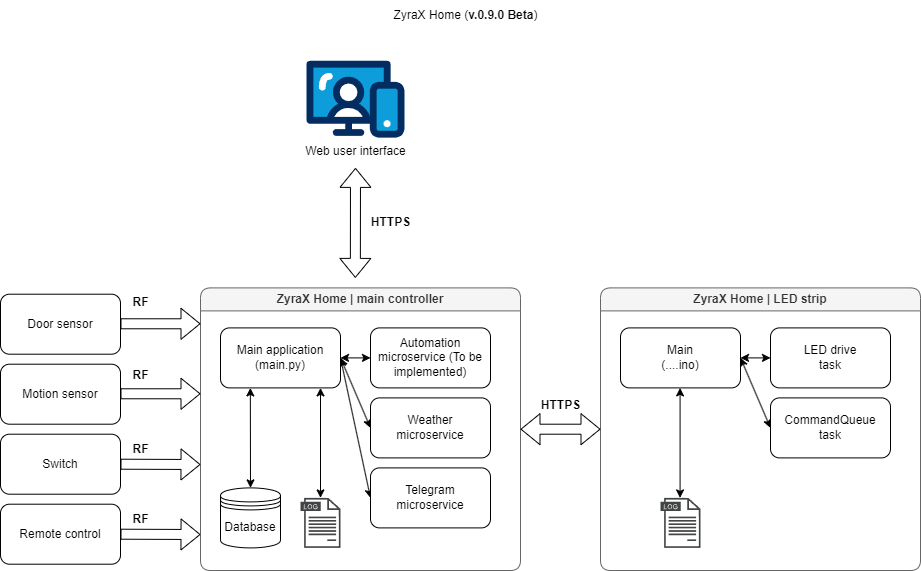
Above: documentation/software/system_overview_v0_9_0_Beta.png in LukedeMunk/zyrax-home-main-controller (draw.io), before the change. Source tidied: cells renumbered, new cells last; positions are measured from the earlier drawing's top-left corner, leaving out a move shared by most shapes.
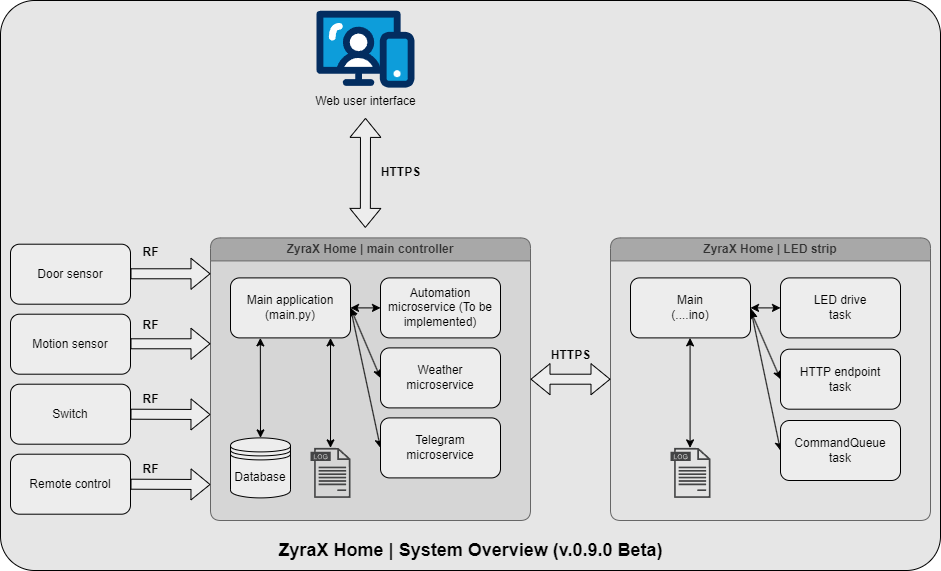
The same file after the commit.

The edit, as a diff of the source:
```diff
@@ -2,25 +2,28 @@
   <root>
     <mxCell id="0" />
     <mxCell id="1" parent="0" />
+    <mxCell id="40" style="rounded=1;whiteSpace=wrap;html=1;arcSize=6;imageHeight=24;fillColor=#E6E6E6;" parent="1" vertex="1">
+      <mxGeometry x="-10" y="50" width="940" height="570" as="geometry" />
+    </mxCell>
-    <mxCell id="2" value="ZyraX Home (&lt;b&gt;v.0.9.0 Beta&lt;/b&gt;)" style="text;html=1;align=center;verticalAlign=middle;strokeColor=none;fillColor=none;" parent="1" vertex="1">
-      <mxGeometry x="380" width="170" height="30" as="geometry" />
+    <mxCell id="2" value="&lt;font style=&quot;font-size: 18px;&quot;&gt;&lt;b&gt;ZyraX Home | System Overview (v.0.9.0 Beta)&lt;/b&gt;&lt;/font&gt;" style="text;html=1;align=center;verticalAlign=middle;strokeColor=none;fillColor=none;" parent="1" vertex="1">
+      <mxGeometry x="255" y="580" width="410" height="40" as="geometry" />
     </mxCell>
-    <mxCell id="3" value="Door sensor" style="rounded=1;whiteSpace=wrap;html=1;" parent="1" vertex="1">
+    <mxCell id="3" value="Door sensor" style="rounded=1;whiteSpace=wrap;html=1;fillColor=#EDEDED;" parent="1" vertex="1">
       <mxGeometry y="293.7" width="120" height="60" as="geometry" />
     </mxCell>
-    <mxCell id="4" value="Motion sensor" style="rounded=1;whiteSpace=wrap;html=1;" parent="1" vertex="1">
+    <mxCell id="4" value="Motion sensor" style="rounded=1;whiteSpace=wrap;html=1;fillColor=#EDEDED;" parent="1" vertex="1">
       <mxGeometry y="363.7" width="120" height="60" as="geometry" />
     </mxCell>
-    <mxCell id="5" value="Switch" style="rounded=1;whiteSpace=wrap;html=1;" parent="1" vertex="1">
+    <mxCell id="5" value="Switch" style="rounded=1;whiteSpace=wrap;html=1;fillColor=#EDEDED;" parent="1" vertex="1">
       <mxGeometry y="433.7" width="120" height="60" as="geometry" />
     </mxCell>
-    <mxCell id="6" value="Remote control" style="rounded=1;whiteSpace=wrap;html=1;" parent="1" vertex="1">
+    <mxCell id="6" value="Remote control" style="rounded=1;whiteSpace=wrap;html=1;fillColor=#EDEDED;" parent="1" vertex="1">
       <mxGeometry y="503.7" width="120" height="60" as="geometry" />
     </mxCell>
     <mxCell id="7" value="Web user interface" style="verticalLabelPosition=bottom;html=1;shape=mxgraph.salesforce.web;horizontal=1;verticalAlign=top;" parent="1" vertex="1">
       <mxGeometry x="306" y="60" width="98" height="77.4" as="geometry" />
     </mxCell>
-    <mxCell id="8" value="ZyraX Home | main controller" style="swimlane;whiteSpace=wrap;html=1;rounded=1;shadow=0;glass=0;fillStyle=auto;fillColor=#f5f5f5;fontColor=#333333;strokeColor=#666666;labelBackgroundColor=none;perimeterSpacing=0;gradientColor=none;swimlaneFillColor=default;" parent="1" vertex="1">
+    <mxCell id="8" value="ZyraX Home | main controller" style="swimlane;whiteSpace=wrap;html=1;rounded=1;shadow=0;glass=0;fillStyle=auto;fillColor=#A8A8A8;fontColor=#333333;strokeColor=#666666;labelBackgroundColor=none;perimeterSpacing=0;gradientColor=none;swimlaneFillColor=#D6D6D6;" parent="1" vertex="1">
       <mxGeometry x="200" y="287.4" width="320" height="282.6" as="geometry" />
     </mxCell>
     <mxCell id="9" style="edgeStyle=orthogonalEdgeStyle;rounded=0;jettySize=auto;html=1;exitX=1;exitY=0.5;exitDx=0;exitDy=0;startArrow=classic;startFill=1;" parent="8" edge="1" source="12">
@@ -34,10 +37,10 @@
     <mxCell id="11" style="rounded=0;jettySize=auto;html=1;exitX=1;exitY=0.5;exitDx=0;exitDy=0;entryX=0;entryY=0.5;entryDx=0;entryDy=0;startArrow=classic;startFill=1;" parent="8" edge="1" source="12" target="19">
       <mxGeometry relative="1" as="geometry" />
     </mxCell>
-    <mxCell id="12" value="Main application&lt;div&gt;(main.py)&lt;/div&gt;" style="rounded=1;whiteSpace=wrap;html=1;" parent="8" vertex="1">
+    <mxCell id="12" value="Main application&lt;div&gt;(main.py)&lt;/div&gt;" style="rounded=1;whiteSpace=wrap;html=1;fillColor=#EDEDED;" parent="8" vertex="1">
       <mxGeometry x="20" y="40" width="120" height="60" as="geometry" />
     </mxCell>
-    <mxCell id="13" value="Database" style="shape=datastore;whiteSpace=wrap;html=1;" parent="8" vertex="1">
+    <mxCell id="13" value="Database" style="shape=datastore;whiteSpace=wrap;html=1;fillColor=#EDEDED;" parent="8" vertex="1">
       <mxGeometry x="20" y="200" width="60" height="60" as="geometry" />
     </mxCell>
     <mxCell id="14" style="sketch=0;shadow=0;dashed=0;html=1;strokeColor=none;fillColor=#434445;labelPosition=center;verticalLabelPosition=bottom;verticalAlign=top;align=center;shape=mxgraph.vvd.log_files;" parent="8" vertex="1">
@@ -55,16 +58,16 @@
         <mxPoint x="120" y="100" as="targetPoint" />
       </mxGeometry>
     </mxCell>
-    <mxCell id="17" value="Automation&lt;div&gt;microservice (To be implemented)&lt;/div&gt;" style="rounded=1;whiteSpace=wrap;html=1;" parent="8" vertex="1">
+    <mxCell id="17" value="Automation&lt;div&gt;microservice (To be implemented)&lt;/div&gt;" style="rounded=1;whiteSpace=wrap;html=1;fillColor=#EDEDED;" parent="8" vertex="1">
       <mxGeometry x="170" y="40" width="120" height="60" as="geometry" />
     </mxCell>
-    <mxCell id="18" value="Weather&lt;div&gt;microservice&lt;/div&gt;" style="rounded=1;whiteSpace=wrap;html=1;" parent="8" vertex="1">
+    <mxCell id="18" value="Weather&lt;div&gt;microservice&lt;/div&gt;" style="rounded=1;whiteSpace=wrap;html=1;fillColor=#EDEDED;" parent="8" vertex="1">
       <mxGeometry x="170" y="110" width="120" height="60" as="geometry" />
     </mxCell>
-    <mxCell id="19" value="Telegram&lt;div&gt;microservice&lt;/div&gt;" style="rounded=1;whiteSpace=wrap;html=1;" parent="8" vertex="1">
+    <mxCell id="19" value="Telegram&lt;div&gt;microservice&lt;/div&gt;" style="rounded=1;whiteSpace=wrap;html=1;fillColor=#EDEDED;" parent="8" vertex="1">
       <mxGeometry x="170" y="180" width="120" height="60" as="geometry" />
     </mxCell>
-    <mxCell id="20" style="shape=flexArrow;endArrow=classic;startArrow=classic;html=1;rounded=0;exitX=0.478;exitY=-0.013;exitDx=0;exitDy=0;exitPerimeter=0;" parent="1" edge="1">
+    <mxCell id="20" style="shape=flexArrow;endArrow=classic;startArrow=classic;html=1;rounded=0;exitX=0.478;exitY=-0.013;exitDx=0;exitDy=0;exitPerimeter=0;fillColor=#EDEDED;" parent="1" edge="1">
       <mxGeometry relative="1" as="geometry">
         <mxPoint x="354.8" y="277.4" as="sourcePoint" />
         <mxPoint x="355" y="167.4" as="targetPoint" />
@@ -73,7 +76,7 @@
     <mxCell id="21" value="HTTPS" style="text;html=1;align=center;verticalAlign=middle;strokeColor=none;fillColor=none;fontStyle=1;" parent="1" vertex="1">
       <mxGeometry x="360" y="207.4" width="60" height="30" as="geometry" />
     </mxCell>
-    <mxCell id="22" value="ZyraX Home | LED strip" style="swimlane;whiteSpace=wrap;html=1;rounded=1;shadow=0;glass=0;fillStyle=auto;fillColor=#f5f5f5;fontColor=#333333;strokeColor=#666666;labelBackgroundColor=none;perimeterSpacing=0;gradientColor=none;swimlaneFillColor=default;" parent="1" vertex="1">
+    <mxCell id="22" value="ZyraX Home | LED strip" style="swimlane;whiteSpace=wrap;html=1;rounded=1;shadow=0;glass=0;fillStyle=auto;fillColor=#A8A8A8;fontColor=#333333;strokeColor=#666666;labelBackgroundColor=none;perimeterSpacing=0;gradientColor=none;swimlaneFillColor=#E3E3E3;" parent="1" vertex="1">
       <mxGeometry x="600" y="287.4" width="320" height="282.6" as="geometry" />
     </mxCell>
     <mxCell id="23" style="edgeStyle=orthogonalEdgeStyle;rounded=0;jettySize=auto;html=1;exitX=1;exitY=0.5;exitDx=0;exitDy=0;startArrow=classic;startFill=1;" parent="22" edge="1" source="25">
@@ -84,7 +87,7 @@
     <mxCell id="24" style="rounded=0;jettySize=auto;html=1;exitX=1;exitY=0.5;exitDx=0;exitDy=0;entryX=0;entryY=0.5;entryDx=0;entryDy=0;startArrow=classic;startFill=1;" parent="22" edge="1" source="25" target="29">
       <mxGeometry relative="1" as="geometry" />
     </mxCell>
-    <mxCell id="25" value="Main&lt;div&gt;(....ino)&lt;/div&gt;" style="rounded=1;whiteSpace=wrap;html=1;" parent="22" vertex="1">
+    <mxCell id="25" value="Main&lt;div&gt;(....ino)&lt;/div&gt;" style="rounded=1;whiteSpace=wrap;html=1;fillColor=#EDEDED;" parent="22" vertex="1">
       <mxGeometry x="20" y="40" width="120" height="60" as="geometry" />
     </mxCell>
     <mxCell id="26" style="sketch=0;shadow=0;dashed=0;html=1;strokeColor=none;fillColor=#434445;labelPosition=center;verticalLabelPosition=bottom;verticalAlign=top;align=center;shape=mxgraph.vvd.log_files;" parent="22" vertex="1">
@@ -96,35 +99,43 @@
         <mxPoint x="79.6" y="100" as="targetPoint" />
       </mxGeometry>
     </mxCell>
-    <mxCell id="28" value="LED drive&lt;div&gt;task&lt;/div&gt;" style="rounded=1;whiteSpace=wrap;html=1;" parent="22" vertex="1">
+    <mxCell id="28" value="LED drive&lt;div&gt;task&lt;/div&gt;" style="rounded=1;whiteSpace=wrap;html=1;fillColor=#EDEDED;" parent="22" vertex="1">
       <mxGeometry x="170" y="40" width="120" height="60" as="geometry" />
     </mxCell>
-    <mxCell id="29" value="CommandQueue&lt;div&gt;task&lt;/div&gt;" style="rounded=1;whiteSpace=wrap;html=1;" parent="22" vertex="1">
-      <mxGeometry x="170" y="110" width="120" height="60" as="geometry" />
+    <mxCell id="29" value="CommandQueue&lt;div&gt;task&lt;/div&gt;" style="rounded=1;whiteSpace=wrap;html=1;fillColor=#EDEDED;" parent="22" vertex="1">
+      <mxGeometry x="170" y="182.6" width="120" height="60" as="geometry" />
     </mxCell>
+    <mxCell id="41" style="rounded=0;jettySize=auto;html=1;exitX=0;exitY=0.5;exitDx=0;exitDy=0;startArrow=classic;startFill=1;" parent="22" edge="1" source="42">
+      <mxGeometry relative="1" as="geometry">
+        <mxPoint x="140" y="72.6" as="targetPoint" />
+      </mxGeometry>
+    </mxCell>
+    <mxCell id="42" value="HTTP endpoint&lt;div&gt;task&lt;/div&gt;" style="rounded=1;whiteSpace=wrap;html=1;fillColor=#EDEDED;" parent="22" vertex="1">
+      <mxGeometry x="170" y="111.3" width="120" height="60" as="geometry" />
+    </mxCell>
-    <mxCell id="30" style="shape=flexArrow;endArrow=classic;html=1;rounded=0;exitX=1;exitY=0.5;exitDx=0;exitDy=0;" parent="1" edge="1" source="6">
+    <mxCell id="30" style="shape=flexArrow;endArrow=classic;html=1;rounded=0;exitX=1;exitY=0.5;exitDx=0;exitDy=0;fillColor=#EDEDED;" parent="1" edge="1" source="6">
       <mxGeometry relative="1" as="geometry">
         <mxPoint x="200" y="534" as="targetPoint" />
       </mxGeometry>
     </mxCell>
-    <mxCell id="31" style="shape=flexArrow;endArrow=classic;html=1;rounded=0;exitX=1;exitY=0.5;exitDx=0;exitDy=0;" parent="1" edge="1" source="5">
+    <mxCell id="31" style="shape=flexArrow;endArrow=classic;html=1;rounded=0;exitX=1;exitY=0.5;exitDx=0;exitDy=0;fillColor=#EDEDED;" parent="1" edge="1" source="5">
       <mxGeometry relative="1" as="geometry">
         <mxPoint x="200" y="464" as="targetPoint" />
       </mxGeometry>
     </mxCell>
-    <mxCell id="32" style="shape=flexArrow;endArrow=classic;html=1;rounded=0;exitX=1;exitY=0.5;exitDx=0;exitDy=0;" parent="1" edge="1">
+    <mxCell id="32" style="shape=flexArrow;endArrow=classic;html=1;rounded=0;exitX=1;exitY=0.5;exitDx=0;exitDy=0;fillColor=#EDEDED;" parent="1" edge="1">
       <mxGeometry relative="1" as="geometry">
         <mxPoint x="120" y="393.3" as="sourcePoint" />
         <mxPoint x="200" y="393.3" as="targetPoint" />
       </mxGeometry>
     </mxCell>
-    <mxCell id="33" style="shape=flexArrow;endArrow=classic;html=1;rounded=0;exitX=1;exitY=0.5;exitDx=0;exitDy=0;" parent="1" edge="1">
+    <mxCell id="33" style="shape=flexArrow;endArrow=classic;html=1;rounded=0;exitX=1;exitY=0.5;exitDx=0;exitDy=0;fillColor=#EDEDED;" parent="1" edge="1">
       <mxGeometry relative="1" as="geometry">
         <mxPoint x="120" y="323.3" as="sourcePoint" />
         <mxPoint x="200" y="323.3" as="targetPoint" />
       </mxGeometry>
     </mxCell>
-    <mxCell id="34" style="shape=flexArrow;endArrow=classic;startArrow=classic;html=1;rounded=0;exitX=1;exitY=0.5;exitDx=0;exitDy=0;entryX=0;entryY=0.5;entryDx=0;entryDy=0;" parent="1" edge="1" source="8" target="22">
+    <mxCell id="34" style="shape=flexArrow;endArrow=classic;startArrow=classic;html=1;rounded=0;exitX=1;exitY=0.5;exitDx=0;exitDy=0;entryX=0;entryY=0.5;entryDx=0;entryDy=0;fillColor=#EDEDED;" parent="1" edge="1" source="8" target="22">
       <mxGeometry relative="1" as="geometry" />
     </mxCell>
     <mxCell id="35" value="HTTPS" style="text;html=1;align=center;verticalAlign=middle;strokeColor=none;fillColor=none;fontStyle=1;" parent="1" vertex="1">
```
